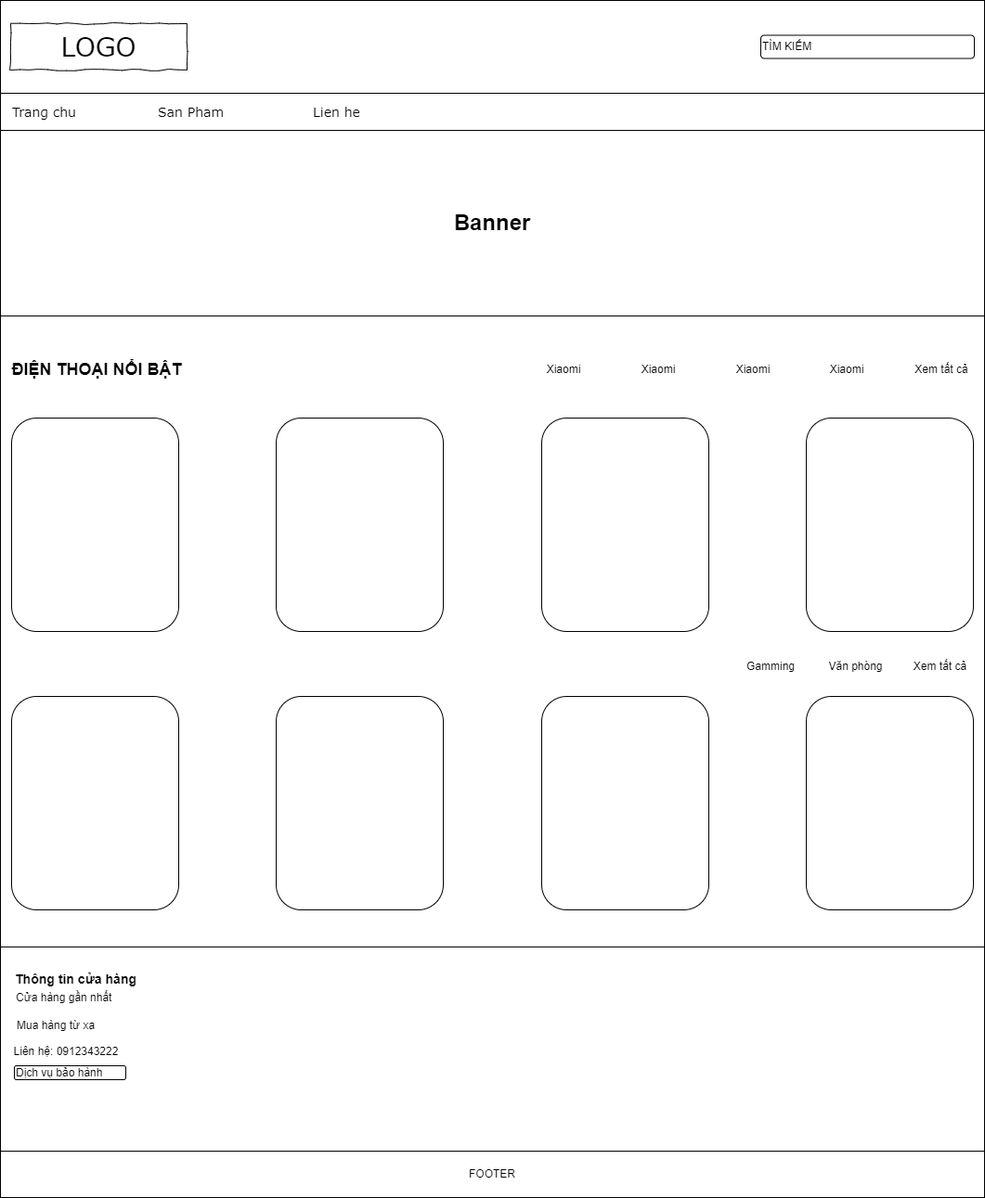
Earlier version of the draw.io export img/Trang chu-Ipad.png (NguyenHocPH36330/Web106_HocNC). Source tidied: cells renumbered, new cells last; positions are measured from the earlier drawing's top-left corner, leaving out a move shared by most shapes.
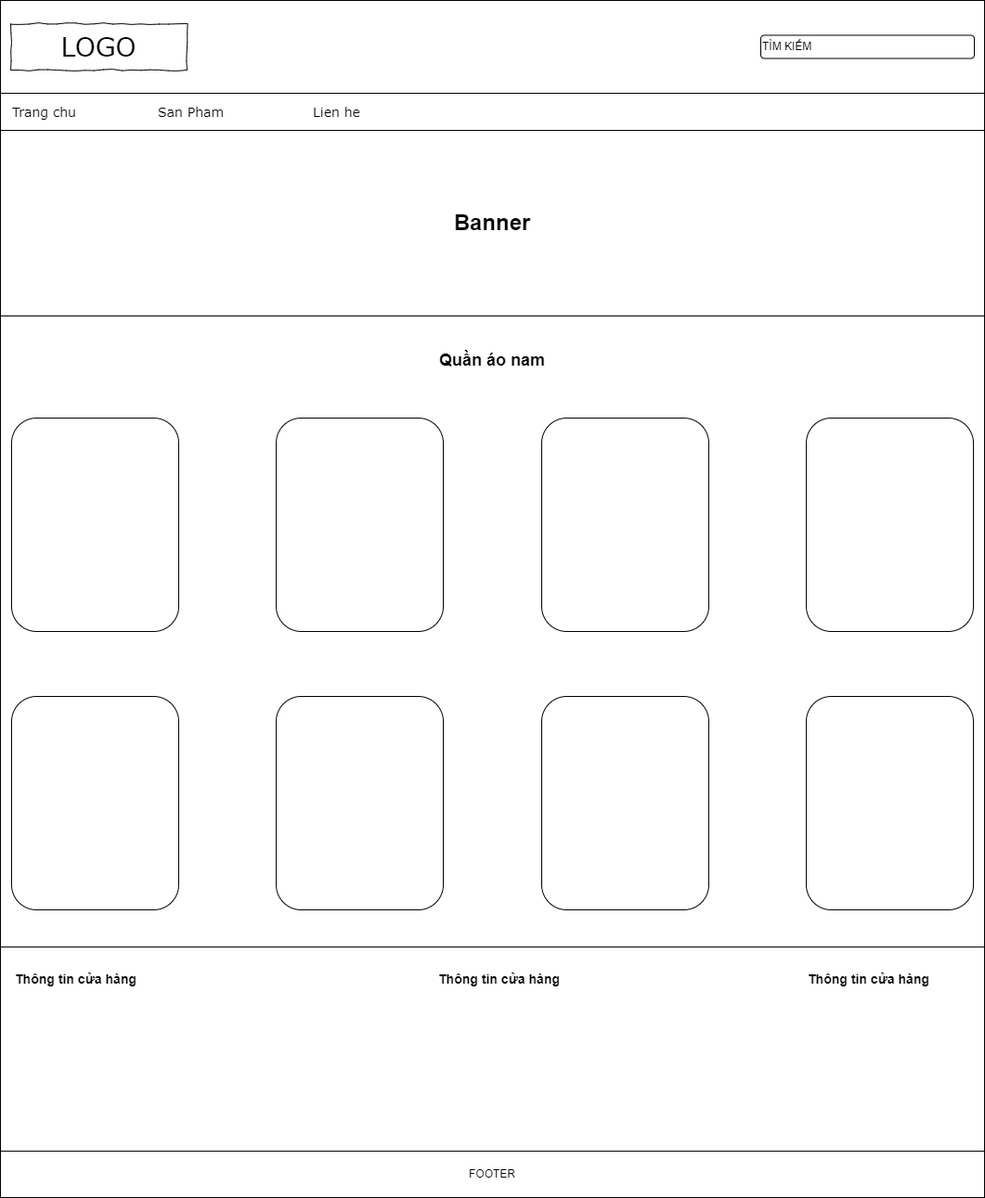
The same diagram one commit later.

The edit, as a diff of the source:
```diff
@@ -35,8 +35,8 @@
     <mxCell id="12" style="rounded=1;whiteSpace=wrap;html=1;flipH=0;flipV=0;" parent="10" vertex="1">
       <mxGeometry x="533" width="180" height="230" as="geometry" />
     </mxCell>
-    <mxCell id="13" value="&lt;h2&gt;ĐIỆN THOẠI NỔI BẬT&lt;/h2&gt;" style="text;html=1;strokeColor=none;fillColor=none;align=center;verticalAlign=middle;whiteSpace=wrap;rounded=0;" parent="1" vertex="1">
-      <mxGeometry x="4" y="370" width="200" height="55" as="geometry" />
+    <mxCell id="13" value="&lt;h2&gt;Quần áo nam&lt;/h2&gt;" style="text;html=1;strokeColor=none;fillColor=none;align=center;verticalAlign=middle;whiteSpace=wrap;rounded=0;" parent="1" vertex="1">
+      <mxGeometry x="430" y="360" width="200" height="55" as="geometry" />
     </mxCell>
     <mxCell id="14" value="TÌM KIẾM" style="rounded=1;whiteSpace=wrap;html=1;align=left;" parent="1" vertex="1">
       <mxGeometry x="819" y="37.5" width="230" height="25" as="geometry" />
@@ -65,41 +65,11 @@
     <mxCell id="22" style="rounded=1;whiteSpace=wrap;html=1;flipH=0;flipV=0;" parent="1" vertex="1">
       <mxGeometry x="297" y="750" width="180" height="230" as="geometry" />
     </mxCell>
-    <mxCell id="23" value="Xiaomi" style="text;html=1;strokeColor=none;fillColor=none;align=center;verticalAlign=middle;whiteSpace=wrap;rounded=0;flipH=1;" parent="1" vertex="1">
-      <mxGeometry x="577" y="383" width="60" height="30" as="geometry" />
-    </mxCell>
-    <mxCell id="24" value="Xiaomi" style="text;html=1;strokeColor=none;fillColor=none;align=center;verticalAlign=middle;whiteSpace=wrap;rounded=0;flipH=1;" parent="1" vertex="1">
-      <mxGeometry x="679" y="383" width="60" height="30" as="geometry" />
-    </mxCell>
-    <mxCell id="25" value="Xiaomi" style="text;html=1;strokeColor=none;fillColor=none;align=center;verticalAlign=middle;whiteSpace=wrap;rounded=0;flipH=1;" parent="1" vertex="1">
-      <mxGeometry x="781" y="382.5" width="60" height="30" as="geometry" />
-    </mxCell>
-    <mxCell id="26" value="Xiaomi" style="text;html=1;strokeColor=none;fillColor=none;align=center;verticalAlign=middle;whiteSpace=wrap;rounded=0;flipH=1;" parent="1" vertex="1">
-      <mxGeometry x="882" y="383" width="60" height="30" as="geometry" />
-    </mxCell>
-    <mxCell id="27" value="Xem tất cả" style="text;html=1;strokeColor=none;fillColor=none;align=center;verticalAlign=middle;whiteSpace=wrap;rounded=0;flipH=1;" parent="1" vertex="1">
-      <mxGeometry x="984" y="383" width="60" height="30" as="geometry" />
-    </mxCell>
-    <mxCell id="28" value="Cửa hàng gần nhất" style="text;html=1;strokeColor=none;fillColor=none;align=left;verticalAlign=middle;whiteSpace=wrap;rounded=0;" parent="1" vertex="1">
-      <mxGeometry x="15" y="1060" width="138" height="30" as="geometry" />
-    </mxCell>
-    <mxCell id="29" value="Mua hàng từ xa" style="text;html=1;strokeColor=none;fillColor=none;align=left;verticalAlign=middle;whiteSpace=wrap;rounded=0;" parent="1" vertex="1">
-      <mxGeometry x="16" y="1090" width="138" height="30" as="geometry" />
-    </mxCell>
-    <mxCell id="30" value="Gamming" style="text;html=1;strokeColor=none;fillColor=none;align=center;verticalAlign=middle;whiteSpace=wrap;rounded=0;flipH=0;" parent="1" vertex="1">
-      <mxGeometry x="800" y="702.5" width="60" height="30" as="geometry" />
-    </mxCell>
-    <mxCell id="31" value="Văn phòng" style="text;html=1;strokeColor=none;fillColor=none;align=center;verticalAlign=middle;whiteSpace=wrap;rounded=0;flipH=0;" parent="1" vertex="1">
-      <mxGeometry x="883" y="702.5" width="77" height="30" as="geometry" />
-    </mxCell>
-    <mxCell id="32" value="Xem tất cả" style="text;html=1;strokeColor=none;fillColor=none;align=center;verticalAlign=middle;whiteSpace=wrap;rounded=0;flipH=0;" parent="1" vertex="1">
-      <mxGeometry x="974" y="702.5" width="77" height="30" as="geometry" />
-    </mxCell>
-    <mxCell id="33" value="Liên hệ: 0912343222" style="text;html=1;strokeColor=none;fillColor=none;align=center;verticalAlign=middle;whiteSpace=wrap;rounded=0;" parent="1" vertex="1">
-      <mxGeometry x="5" y="1118" width="132" height="30" as="geometry" />
-    </mxCell>
-    <mxCell id="34" value="Dịch vụ bảo hành" style="rounded=1;whiteSpace=wrap;html=1;align=left;" parent="1" vertex="1">
-      <mxGeometry x="15" y="1148" width="120" height="15" as="geometry" />
-    </mxCell>
+    <mxCell id="35" value="&lt;h3&gt;Thông tin cửa hàng&lt;/h3&gt;" style="text;html=1;strokeColor=none;fillColor=none;align=left;verticalAlign=middle;whiteSpace=wrap;rounded=0;" parent="1" vertex="1">
+      <mxGeometry x="470" y="1040" width="140" height="30" as="geometry" />
+    </mxCell>
+    <mxCell id="36" value="&lt;h3&gt;Thông tin cửa hàng&lt;/h3&gt;" style="text;html=1;strokeColor=none;fillColor=none;align=left;verticalAlign=middle;whiteSpace=wrap;rounded=0;" parent="1" vertex="1">
+      <mxGeometry x="868" y="1040" width="140" height="30" as="geometry" />
+    </mxCell>
   </root>
 </mxGraphModel>
```
